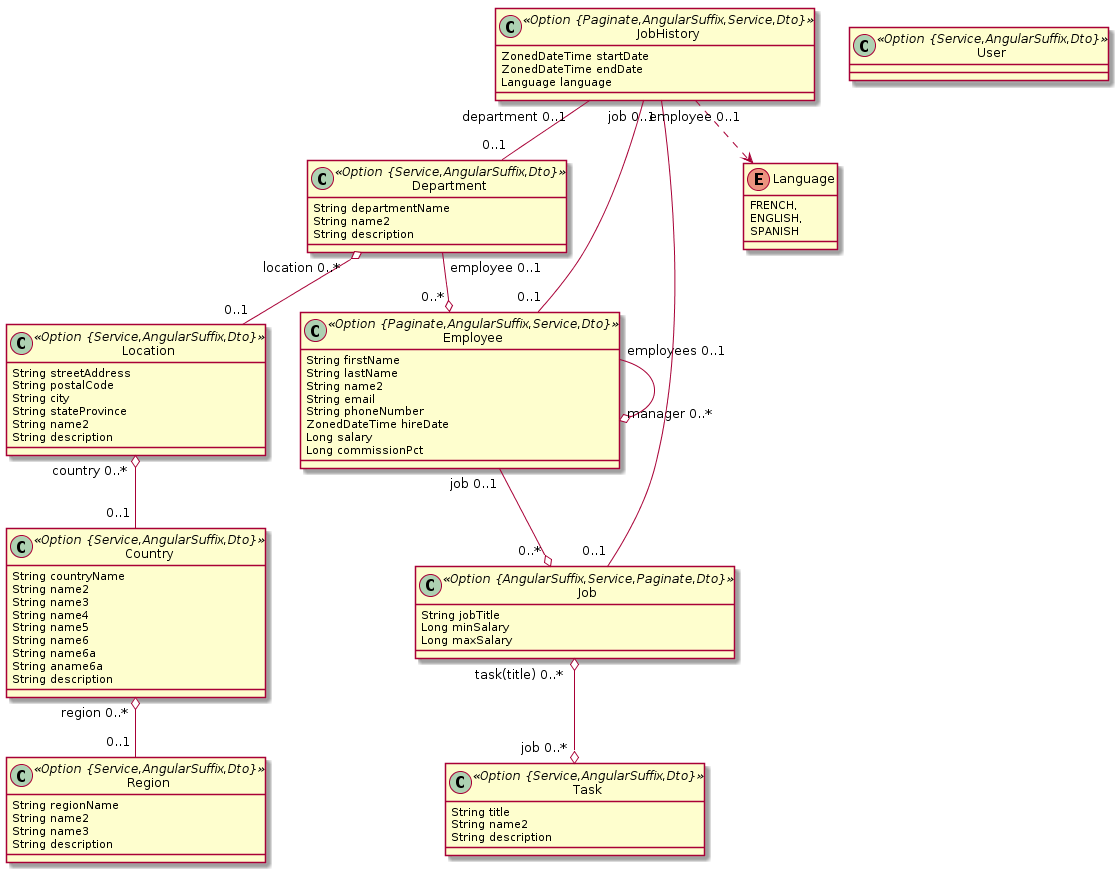
munifgebara/generator-jhipster keeps this PlantUML diagram as jhipster-jdl.png. Above is the earlier version.
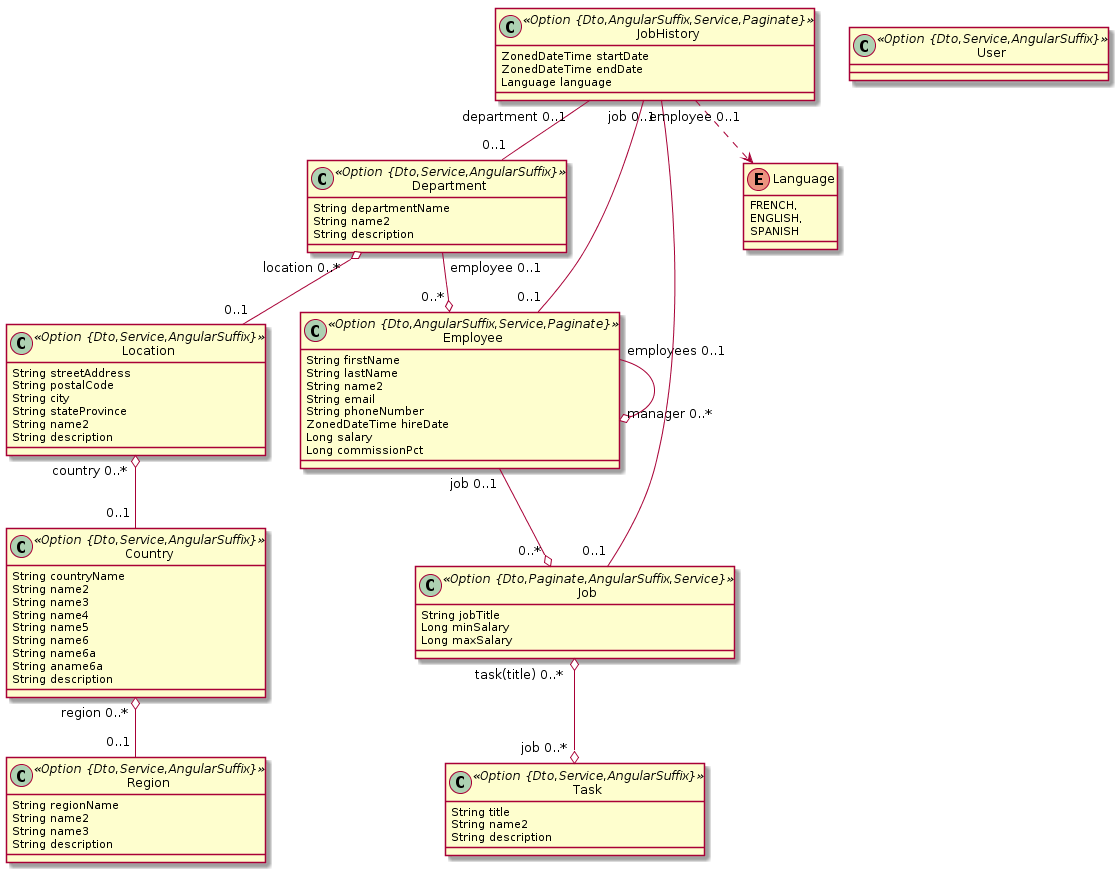
After the change.

Diff of the diagram source:
```diff
@@ -1,11 +1,11 @@
 @startuml
-	class Region <<Option {Service,AngularSuffix,Dto}>> {
+	class Region <<Option {Dto,Service,AngularSuffix}>> {
 		String regionName
 		String name2
 		String name3
 		String description
 	}
-	class Country <<Option {Service,AngularSuffix,Dto}>> {
+	class Country <<Option {Dto,Service,AngularSuffix}>> {
 		String countryName
 		String name2
 		String name3
@@ -16,7 +16,7 @@
 		String aname6a
 		String description
 	}
-	class Location <<Option {Service,AngularSuffix,Dto}>> {
+	class Location <<Option {Dto,Service,AngularSuffix}>> {
 		String streetAddress
 		String postalCode
 		String city
@@ -24,17 +24,17 @@
 		String name2
 		String description
 	}
-	class Department <<Option {Service,AngularSuffix,Dto}>> {
+	class Department <<Option {Dto,Service,AngularSuffix}>> {
 		String departmentName
 		String name2
 		String description
 	}
-	class Task <<Option {Service,AngularSuffix,Dto}>> {
+	class Task <<Option {Dto,Service,AngularSuffix}>> {
 		String title
 		String name2
 		String description
 	}
-	class Employee <<Option {Paginate,AngularSuffix,Service,Dto}>> {
+	class Employee <<Option {Dto,AngularSuffix,Service,Paginate}>> {
 		String firstName
 		String lastName
 		String name2
@@ -44,12 +44,12 @@
 		Long salary
 		Long commissionPct
 	}
-	class Job <<Option {AngularSuffix,Service,Paginate,Dto}>> {
+	class Job <<Option {Dto,Paginate,AngularSuffix,Service}>> {
 		String jobTitle
 		Long minSalary
 		Long maxSalary
 	}
-	class JobHistory <<Option {Paginate,AngularSuffix,Service,Dto}>> {
+	class JobHistory <<Option {Dto,AngularSuffix,Service,Paginate}>> {
 		ZonedDateTime startDate
 		ZonedDateTime endDate
 		Language language
@@ -70,6 +70,6 @@
 	JobHistory  "job 0..1 " -- "0..1 "  Job
 	JobHistory  "department 0..1 " -- "0..1 "  Department
 	JobHistory  "employee 0..1 " -- "0..1 "  Employee
-	class User <<Option {Service,AngularSuffix,Dto}>> {
+	class User <<Option {Dto,Service,AngularSuffix}>> {
 	}
 @enduml
```
